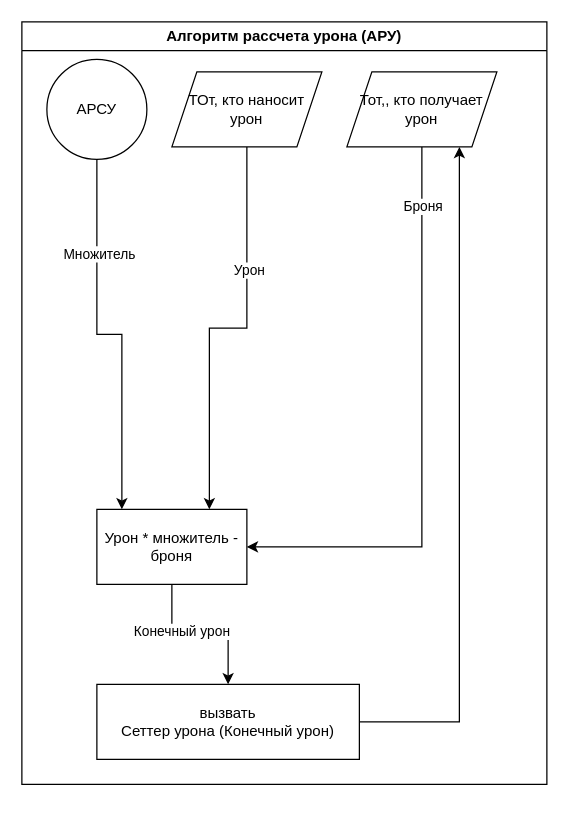
The draw.io diagram Архитектура/Алгоритм рассчета урона (АРУ).drawio in alstodont/unityArc, before the edit. Source tidied: cells renumbered, new cells numbered last; positions are measured from the earlier drawing's top-left corner, leaving out a move shared by most shapes. Both pictures are drawn from the tidied source at 125%, with x=0, y=0 at pixel (21, 21).
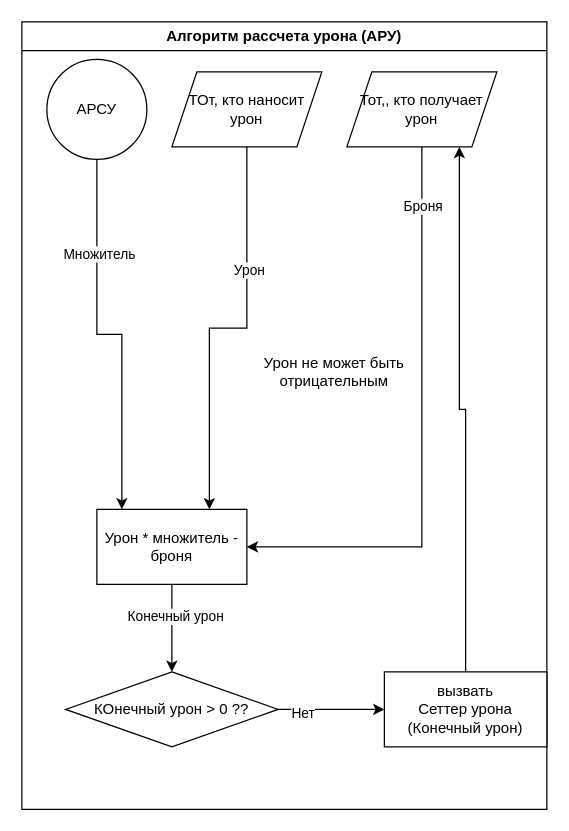
After the change.

Unchanged cells that the change refers to:
```xml
<mxCell id="8" value="Урон * множитель - броня" style="rounded=0;whiteSpace=wrap;html=1;" parent="2" vertex="1">
  <mxGeometry x="60" y="390" width="120" height="60" as="geometry" />
</mxCell>
<mxCell id="13" value="Тот,, кто получает урон" style="shape=parallelogram;perimeter=parallelogramPerimeter;whiteSpace=wrap;html=1;fixedSize=1;" parent="2" vertex="1">
  <mxGeometry x="260" y="40" width="120" height="60" as="geometry" />
</mxCell>
```

Diff of the diagram source:
```diff
@@
     <mxCell id="2" value="Алгоритм рассчета урона (АРУ)" style="swimlane;whiteSpace=wrap;html=1;" parent="1" vertex="1">
-      <mxGeometry width="420" height="610" as="geometry" />
+      <mxGeometry width="420" height="630" as="geometry" />
     </mxCell>
@@
-    <mxCell id="6" style="edgeStyle=orthogonalEdgeStyle;rounded=0;jettySize=auto;html=1;exitX=0.5;exitY=1;exitDx=0;exitDy=0;entryX=0.5;entryY=0;entryDx=0;entryDy=0;" parent="2" edge="1" source="8" target="10">
-      <mxGeometry relative="1" as="geometry" />
-    </mxCell>
+    <mxCell id="17" style="edgeStyle=orthogonalEdgeStyle;rounded=0;jettySize=auto;html=1;exitX=0.5;exitY=1;exitDx=0;exitDy=0;" parent="2" edge="1" source="8">
+      <mxGeometry relative="1" as="geometry">
+        <mxPoint x="120" y="520" as="targetPoint" />
+      </mxGeometry>
+    </mxCell>
-    <mxCell id="7" value="Конечный урон" style="edgeLabel;html=1;align=center;verticalAlign=middle;" parent="6" vertex="1">
+    <mxCell id="7" value="Конечный урон" style="edgeLabel;html=1;align=center;verticalAlign=middle;" parent="17" vertex="1">
       <mxGeometry x="-0.25" y="2" relative="1" as="geometry">
         <mxPoint y="-1" as="offset" />
       </mxGeometry>
     </mxCell>
@@
-    <mxCell id="9" style="edgeStyle=orthogonalEdgeStyle;rounded=0;jettySize=auto;html=1;exitX=1;exitY=0.5;exitDx=0;exitDy=0;entryX=0.75;entryY=1;entryDx=0;entryDy=0;" parent="2" edge="1" source="10" target="13">
+    <mxCell id="9" style="edgeStyle=orthogonalEdgeStyle;rounded=0;jettySize=auto;html=1;exitX=0.5;exitY=0;exitDx=0;exitDy=0;entryX=0.75;entryY=1;entryDx=0;entryDy=0;" parent="2" edge="1" source="10" target="13">
       <mxGeometry relative="1" as="geometry" />
     </mxCell>
     <mxCell id="10" value="вызвать&lt;br&gt;Сеттер урона (Конечный урон)" style="rounded=0;whiteSpace=wrap;html=1;" parent="2" vertex="1">
-      <mxGeometry x="60" y="530" width="210" height="60" as="geometry" />
+      <mxGeometry x="290" y="520" width="130" height="60" as="geometry" />
     </mxCell>
@@
+    <mxCell id="18" value="Урон не может быть отрицательным" style="text;html=1;strokeColor=none;fillColor=none;align=center;verticalAlign=middle;whiteSpace=wrap;rounded=0;" parent="2" vertex="1">
+      <mxGeometry x="180" y="210" width="140" height="140" as="geometry" />
+    </mxCell>
+    <mxCell id="19" style="edgeStyle=orthogonalEdgeStyle;rounded=0;jettySize=auto;html=1;exitX=1;exitY=0.5;exitDx=0;exitDy=0;entryX=0;entryY=0.5;entryDx=0;entryDy=0;" parent="2" edge="1" source="21" target="10">
+      <mxGeometry relative="1" as="geometry">
+        <Array as="points">
+          <mxPoint x="250" y="550" />
+          <mxPoint x="250" y="550" />
+        </Array>
+      </mxGeometry>
+    </mxCell>
+    <mxCell id="20" value="Нет" style="edgeLabel;html=1;align=center;verticalAlign=middle;" parent="19" vertex="1">
+      <mxGeometry x="-0.55" y="-2" relative="1" as="geometry" />
+    </mxCell>
+    <mxCell id="21" value="КОнечный урон &amp;gt; 0 ??" style="shape=rhombus;perimeter=rhombusPerimeter;whiteSpace=wrap;html=1;align=center;" parent="2" vertex="1">
+      <mxGeometry x="35" y="520" width="170" height="60" as="geometry" />
+    </mxCell>
```
